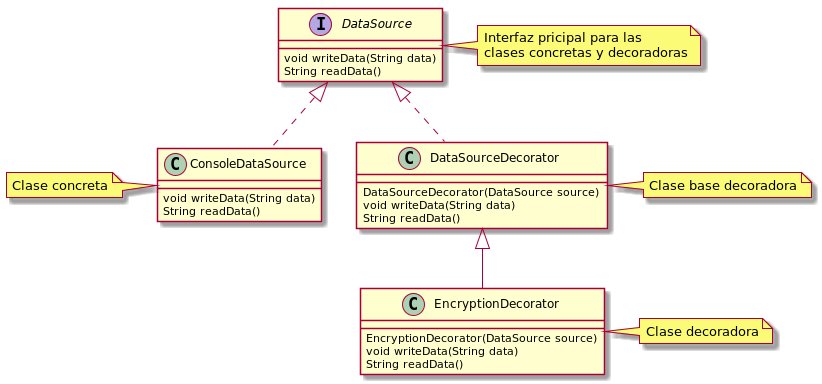
Before: plantuml/structural/decorator.png, a diagram exported from PlantUML (sauljabin/java-design-patterns). Source of this version:
```plantuml
@startuml

interface DataSource {
    void writeData(String data)
    String readData()
}

note "Interfaz pricipal para las \nclases concretas y decoradoras" as main
DataSource .r. main

class ConsoleDataSource implements DataSource {
    void writeData(String data)
    String readData()
}

note "Clase concreta" as concrete
ConsoleDataSource .l. concrete

class DataSourceDecorator implements DataSource {
    DataSourceDecorator(DataSource source)
    void writeData(String data)
    String readData()
}

note "Clase base decoradora" as base
DataSourceDecorator .r. base

class EncryptionDecorator extends DataSourceDecorator {
    EncryptionDecorator(DataSource source)
    void writeData(String data)
    String readData()
}

note "Clase decoradora" as decorator
EncryptionDecorator .r. decorator
@enduml
```
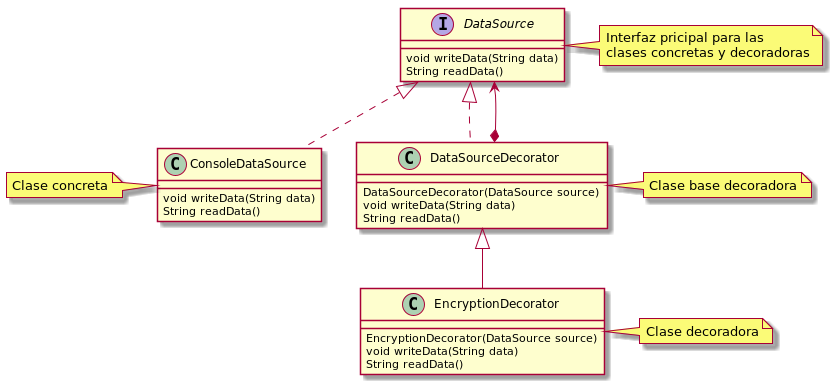
The same file after the commit.

Commit message:
Mejora diagrama decorator

Change to the diagram source:
```diff
@@ -25,6 +25,8 @@
 note "Clase base decoradora" as base
 DataSourceDecorator .r. base
 
+DataSourceDecorator *--> DataSource
+
 class EncryptionDecorator extends DataSourceDecorator {
     EncryptionDecorator(DataSource source)
     void writeData(String data)
```
